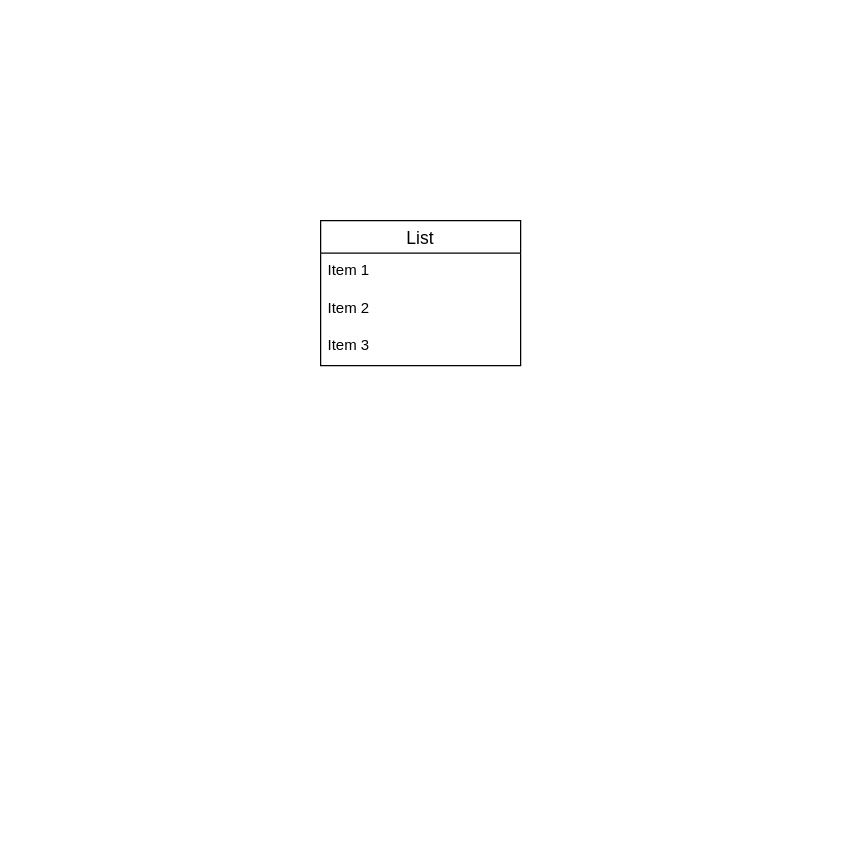
IseUtoshi/YURUBO keeps this draw.io diagram as ER図.dio. Above is the earlier version. Source tidied: cells renumbered, new cells numbered last; positions are measured from the earlier drawing's top-left corner, leaving out a move shared by most shapes. Both pictures are drawn from the tidied source at 125%, with x=0, y=0 at pixel (320, 220).
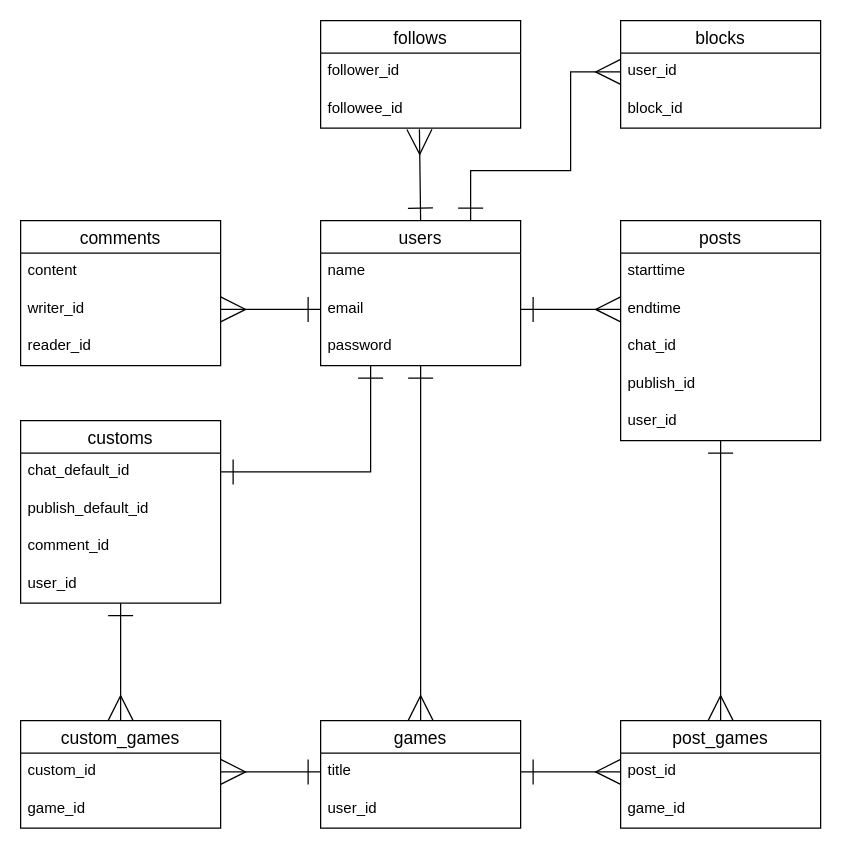
The same page after the edit.

The edit, as a diff of the source:
```diff
@@
+    <mxCell id="6" style="edgeStyle=none;html=1;entryX=0.5;entryY=0;entryDx=0;entryDy=0;endArrow=ERmany;endFill=0;startArrow=ERone;startFill=0;endSize=18;startSize=18;" parent="1" edge="1" source="2" target="9">
+      <mxGeometry relative="1" as="geometry" />
+    </mxCell>
+    <mxCell id="7" style="edgeStyle=none;html=1;exitX=0.5;exitY=0;exitDx=0;exitDy=0;entryX=0.494;entryY=1.033;entryDx=0;entryDy=0;entryPerimeter=0;startArrow=ERone;startFill=0;endArrow=ERmany;endFill=0;startSize=18;endSize=18;" parent="1" edge="1" source="2" target="14">
+      <mxGeometry relative="1" as="geometry" />
+    </mxCell>
+    <mxCell id="8" style="edgeStyle=orthogonalEdgeStyle;rounded=0;html=1;exitX=0.75;exitY=0;exitDx=0;exitDy=0;entryX=0;entryY=0.5;entryDx=0;entryDy=0;startArrow=ERone;startFill=0;endArrow=ERmany;endFill=0;startSize=18;endSize=18;" parent="1" edge="1" source="2" target="41">
+      <mxGeometry relative="1" as="geometry">
+        <Array as="points">
+          <mxPoint x="120" y="-40" />
+          <mxPoint x="200" y="-40" />
+          <mxPoint x="200" y="-119" />
+        </Array>
+      </mxGeometry>
+    </mxCell>
-    <mxCell id="2" value="List" style="swimlane;fontStyle=0;horizontal=1;startSize=26;align=center;fontSize=14;" parent="1" vertex="1">
+    <mxCell id="2" value="users" style="swimlane;fontStyle=0;horizontal=1;startSize=26;align=center;fontSize=14;" parent="1" vertex="1">
       <mxGeometry width="160" height="116" as="geometry" />
     </mxCell>
-    <mxCell id="3" value="Item 1" style="text;strokeColor=none;fillColor=none;spacingLeft=4;spacingRight=4;overflow=hidden;fontSize=12;" parent="2" vertex="1">
+    <mxCell id="3" value="name" style="text;strokeColor=none;fillColor=none;spacingLeft=4;spacingRight=4;overflow=hidden;fontSize=12;" parent="2" vertex="1">
       <mxGeometry y="26" width="160" height="30" as="geometry" />
     </mxCell>
-    <mxCell id="4" value="Item 2" style="text;strokeColor=none;fillColor=none;spacingLeft=4;spacingRight=4;overflow=hidden;points=[[0,0.5],[1,0.5]];portConstraint=eastwest;fontSize=12;" parent="2" vertex="1">
+    <mxCell id="4" value="email" style="text;strokeColor=none;fillColor=none;spacingLeft=4;spacingRight=4;overflow=hidden;points=[[0,0.5],[1,0.5]];portConstraint=eastwest;fontSize=12;" parent="2" vertex="1">
       <mxGeometry y="56" width="160" height="30" as="geometry" />
     </mxCell>
-    <mxCell id="5" value="Item 3" style="text;strokeColor=none;fillColor=none;spacingLeft=4;spacingRight=4;overflow=hidden;fontSize=12;" parent="2" vertex="1">
+    <mxCell id="5" value="password" style="text;strokeColor=none;fillColor=none;spacingLeft=4;spacingRight=4;overflow=hidden;fontSize=12;" parent="2" vertex="1">
       <mxGeometry y="86" width="160" height="30" as="geometry" />
     </mxCell>
+    <mxCell id="9" value="games" style="swimlane;fontStyle=0;horizontal=1;startSize=26;align=center;fontSize=14;" parent="1" vertex="1">
+      <mxGeometry y="400" width="160" height="86" as="geometry" />
+    </mxCell>
+    <mxCell id="10" value="title" style="text;strokeColor=none;fillColor=none;spacingLeft=4;spacingRight=4;overflow=hidden;points=[[0,0.5],[1,0.5]];portConstraint=eastwest;fontSize=12;" parent="9" vertex="1">
+      <mxGeometry y="26" width="160" height="30" as="geometry" />
+    </mxCell>
+    <mxCell id="11" value="user_id" style="text;strokeColor=none;fillColor=none;spacingLeft=4;spacingRight=4;overflow=hidden;fontSize=12;" parent="9" vertex="1">
+      <mxGeometry y="56" width="160" height="30" as="geometry" />
+    </mxCell>
+    <mxCell id="12" value="follows" style="swimlane;fontStyle=0;horizontal=1;startSize=26;align=center;fontSize=14;" parent="1" vertex="1">
+      <mxGeometry y="-160" width="160" height="86" as="geometry" />
+    </mxCell>
+    <mxCell id="13" value="follower_id" style="text;strokeColor=none;fillColor=none;spacingLeft=4;spacingRight=4;overflow=hidden;fontSize=12;" parent="12" vertex="1">
+      <mxGeometry y="26" width="160" height="30" as="geometry" />
+    </mxCell>
+    <mxCell id="14" value="followee_id" style="text;strokeColor=none;fillColor=none;spacingLeft=4;spacingRight=4;overflow=hidden;points=[[0,0.5],[1,0.5]];portConstraint=eastwest;fontSize=12;" parent="12" vertex="1">
+      <mxGeometry y="56" width="160" height="30" as="geometry" />
+    </mxCell>
+    <mxCell id="15" value="comments" style="swimlane;fontStyle=0;horizontal=1;startSize=26;align=center;fontSize=14;" parent="1" vertex="1">
+      <mxGeometry x="-240" width="160" height="116" as="geometry" />
+    </mxCell>
+    <mxCell id="16" value="content" style="text;strokeColor=none;fillColor=none;spacingLeft=4;spacingRight=4;overflow=hidden;fontSize=12;" parent="15" vertex="1">
+      <mxGeometry y="26" width="160" height="30" as="geometry" />
+    </mxCell>
+    <mxCell id="17" value="writer_id" style="text;strokeColor=none;fillColor=none;spacingLeft=4;spacingRight=4;overflow=hidden;points=[[0,0.5],[1,0.5]];portConstraint=eastwest;fontSize=12;" parent="15" vertex="1">
+      <mxGeometry y="56" width="160" height="30" as="geometry" />
+    </mxCell>
+    <mxCell id="18" value="reader_id" style="text;strokeColor=none;fillColor=none;spacingLeft=4;spacingRight=4;overflow=hidden;fontSize=12;" parent="15" vertex="1">
+      <mxGeometry y="86" width="160" height="30" as="geometry" />
+    </mxCell>
+    <mxCell id="19" style="edgeStyle=none;html=1;exitX=0;exitY=0.5;exitDx=0;exitDy=0;entryX=1;entryY=0.5;entryDx=0;entryDy=0;startArrow=ERone;startFill=0;endArrow=ERmany;endFill=0;startSize=18;endSize=18;" parent="1" edge="1" source="4" target="17">
+      <mxGeometry relative="1" as="geometry" />
+    </mxCell>
+    <mxCell id="20" style="edgeStyle=orthogonalEdgeStyle;rounded=0;html=1;entryX=0.5;entryY=0;entryDx=0;entryDy=0;startArrow=ERone;startFill=0;endArrow=ERmany;endFill=0;startSize=18;endSize=18;" parent="1" edge="1" source="21" target="37">
+      <mxGeometry relative="1" as="geometry" />
+    </mxCell>
+    <mxCell id="21" value="posts" style="swimlane;fontStyle=0;horizontal=1;startSize=26;align=center;fontSize=14;" parent="1" vertex="1">
+      <mxGeometry x="240" width="160" height="176" as="geometry" />
+    </mxCell>
+    <mxCell id="22" value="starttime" style="text;strokeColor=none;fillColor=none;spacingLeft=4;spacingRight=4;overflow=hidden;fontSize=12;" parent="21" vertex="1">
+      <mxGeometry y="26" width="160" height="30" as="geometry" />
+    </mxCell>
+    <mxCell id="23" value="endtime" style="text;strokeColor=none;fillColor=none;spacingLeft=4;spacingRight=4;overflow=hidden;points=[[0,0.5],[1,0.5]];portConstraint=eastwest;fontSize=12;" parent="21" vertex="1">
+      <mxGeometry y="56" width="160" height="30" as="geometry" />
+    </mxCell>
+    <mxCell id="24" value="chat_id" style="text;strokeColor=none;fillColor=none;spacingLeft=4;spacingRight=4;overflow=hidden;fontSize=12;" parent="21" vertex="1">
+      <mxGeometry y="86" width="160" height="30" as="geometry" />
+    </mxCell>
+    <mxCell id="25" value="publish_id" style="text;strokeColor=none;fillColor=none;spacingLeft=4;spacingRight=4;overflow=hidden;fontSize=12;" parent="21" vertex="1">
+      <mxGeometry y="116" width="160" height="30" as="geometry" />
+    </mxCell>
+    <mxCell id="26" value="user_id" style="text;strokeColor=none;fillColor=none;spacingLeft=4;spacingRight=4;overflow=hidden;fontSize=12;" parent="21" vertex="1">
+      <mxGeometry y="146" width="160" height="30" as="geometry" />
+    </mxCell>
+    <mxCell id="27" style="edgeStyle=orthogonalEdgeStyle;rounded=0;html=1;exitX=1;exitY=0.5;exitDx=0;exitDy=0;entryX=0;entryY=0.5;entryDx=0;entryDy=0;startArrow=ERone;startFill=0;endArrow=ERmany;endFill=0;startSize=18;endSize=18;" parent="1" edge="1" source="4" target="23">
+      <mxGeometry relative="1" as="geometry" />
+    </mxCell>
+    <mxCell id="28" value="customs" style="swimlane;fontStyle=0;horizontal=1;startSize=26;align=center;fontSize=14;" parent="1" vertex="1">
+      <mxGeometry x="-240" y="160" width="160" height="146" as="geometry" />
+    </mxCell>
+    <mxCell id="29" value="chat_default_id" style="text;strokeColor=none;fillColor=none;spacingLeft=4;spacingRight=4;overflow=hidden;points=[[0,0.5],[1,0.5]];portConstraint=eastwest;fontSize=12;" parent="28" vertex="1">
+      <mxGeometry y="26" width="160" height="30" as="geometry" />
+    </mxCell>
+    <mxCell id="30" value="publish_default_id" style="text;strokeColor=none;fillColor=none;spacingLeft=4;spacingRight=4;overflow=hidden;fontSize=12;" parent="28" vertex="1">
+      <mxGeometry y="56" width="160" height="30" as="geometry" />
+    </mxCell>
+    <mxCell id="31" value="comment_id" style="text;strokeColor=none;fillColor=none;spacingLeft=4;spacingRight=4;overflow=hidden;fontSize=12;" parent="28" vertex="1">
+      <mxGeometry y="86" width="160" height="30" as="geometry" />
+    </mxCell>
+    <mxCell id="32" value="user_id" style="text;strokeColor=none;fillColor=none;spacingLeft=4;spacingRight=4;overflow=hidden;points=[[0,0.5],[1,0.5]];portConstraint=eastwest;fontSize=12;" parent="28" vertex="1">
+      <mxGeometry y="116" width="160" height="30" as="geometry" />
+    </mxCell>
+    <mxCell id="33" style="edgeStyle=orthogonalEdgeStyle;rounded=0;html=1;exitX=0.5;exitY=0;exitDx=0;exitDy=0;entryX=0.5;entryY=1;entryDx=0;entryDy=0;entryPerimeter=0;startArrow=ERmany;startFill=0;endArrow=ERone;endFill=0;startSize=18;endSize=18;" parent="1" edge="1" source="34" target="32">
+      <mxGeometry relative="1" as="geometry" />
+    </mxCell>
+    <mxCell id="34" value="custom_games" style="swimlane;fontStyle=0;horizontal=1;startSize=26;align=center;fontSize=14;" parent="1" vertex="1">
+      <mxGeometry x="-240" y="400" width="160" height="86" as="geometry" />
+    </mxCell>
+    <mxCell id="35" value="custom_id" style="text;strokeColor=none;fillColor=none;spacingLeft=4;spacingRight=4;overflow=hidden;points=[[0,0.5],[1,0.5]];portConstraint=eastwest;fontSize=12;" parent="34" vertex="1">
+      <mxGeometry y="26" width="160" height="30" as="geometry" />
+    </mxCell>
+    <mxCell id="36" value="game_id" style="text;strokeColor=none;fillColor=none;spacingLeft=4;spacingRight=4;overflow=hidden;fontSize=12;" parent="34" vertex="1">
+      <mxGeometry y="56" width="160" height="30" as="geometry" />
+    </mxCell>
+    <mxCell id="37" value="post_games" style="swimlane;fontStyle=0;horizontal=1;startSize=26;align=center;fontSize=14;" parent="1" vertex="1">
+      <mxGeometry x="240" y="400" width="160" height="86" as="geometry" />
+    </mxCell>
+    <mxCell id="38" value="post_id" style="text;strokeColor=none;fillColor=none;spacingLeft=4;spacingRight=4;overflow=hidden;points=[[0,0.5],[1,0.5]];portConstraint=eastwest;fontSize=12;" parent="37" vertex="1">
+      <mxGeometry y="26" width="160" height="30" as="geometry" />
+    </mxCell>
+    <mxCell id="39" value="game_id" style="text;strokeColor=none;fillColor=none;spacingLeft=4;spacingRight=4;overflow=hidden;fontSize=12;" parent="37" vertex="1">
+      <mxGeometry y="56" width="160" height="30" as="geometry" />
+    </mxCell>
+    <mxCell id="40" value="blocks" style="swimlane;fontStyle=0;horizontal=1;startSize=26;align=center;fontSize=14;" parent="1" vertex="1">
+      <mxGeometry x="240" y="-160" width="160" height="86" as="geometry" />
+    </mxCell>
+    <mxCell id="41" value="user_id" style="text;strokeColor=none;fillColor=none;spacingLeft=4;spacingRight=4;overflow=hidden;points=[[0,0.5],[1,0.5]];portConstraint=eastwest;fontSize=12;" parent="40" vertex="1">
+      <mxGeometry y="26" width="160" height="30" as="geometry" />
+    </mxCell>
+    <mxCell id="42" value="block_id" style="text;strokeColor=none;fillColor=none;spacingLeft=4;spacingRight=4;overflow=hidden;fontSize=12;" parent="40" vertex="1">
+      <mxGeometry y="56" width="160" height="30" as="geometry" />
+    </mxCell>
+    <mxCell id="43" style="edgeStyle=orthogonalEdgeStyle;rounded=0;html=1;exitX=1;exitY=0.5;exitDx=0;exitDy=0;entryX=0.25;entryY=1;entryDx=0;entryDy=0;startArrow=ERone;startFill=0;endArrow=ERone;endFill=0;startSize=18;endSize=18;" parent="1" edge="1" source="29" target="2">
+      <mxGeometry relative="1" as="geometry" />
+    </mxCell>
+    <mxCell id="44" style="edgeStyle=orthogonalEdgeStyle;rounded=0;html=1;exitX=0;exitY=0.5;exitDx=0;exitDy=0;entryX=1;entryY=0.5;entryDx=0;entryDy=0;startArrow=ERone;startFill=0;endArrow=ERmany;endFill=0;startSize=18;endSize=18;" parent="1" edge="1" source="10" target="35">
+      <mxGeometry relative="1" as="geometry" />
+    </mxCell>
+    <mxCell id="45" style="edgeStyle=orthogonalEdgeStyle;rounded=0;html=1;exitX=1;exitY=0.5;exitDx=0;exitDy=0;entryX=0;entryY=0.5;entryDx=0;entryDy=0;startArrow=ERone;startFill=0;endArrow=ERmany;endFill=0;startSize=18;endSize=18;" parent="1" edge="1" source="10" target="38">
+      <mxGeometry relative="1" as="geometry" />
+    </mxCell>
```
